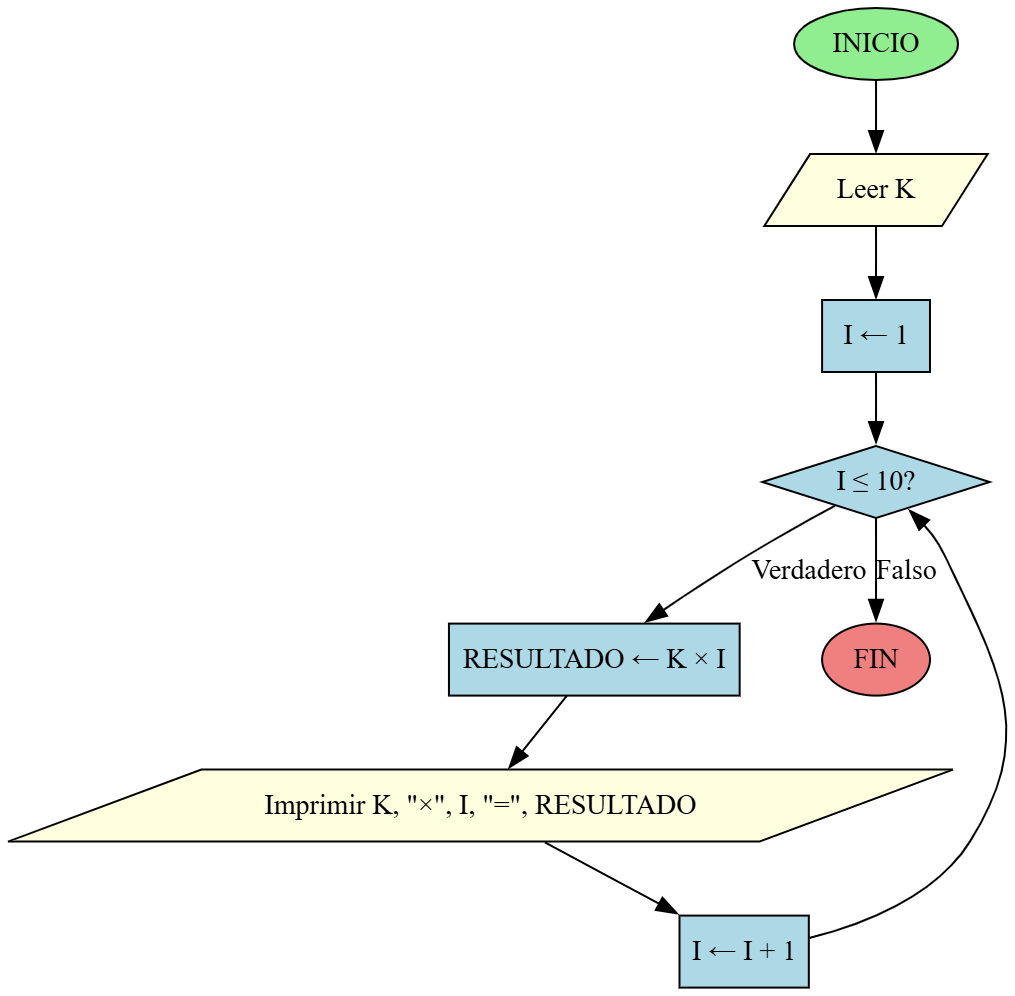
Before: images/problema_ps_3_4.png, a diagram exported from Graphviz (D1egoXD/JAVA-TICS). Its source is kept beside it as diagramas/problema_ps_3_4.dot. The source it was exported from:
```dot
digraph ProblemaPS34 {
    rankdir=TB;
    node [shape=box, style=rounded];

    inicio [label="INICIO", shape=ellipse, style=filled, fillcolor=lightgreen];
    leerK [label="Leer K", shape=parallelogram, style=filled, fillcolor=lightyellow];
    init [label="I ← 1", style=filled, fillcolor=lightblue];
    decision [label="I ≤ 10?", shape=diamond, style=filled, fillcolor=lightblue];
    calcular [label="RESULTADO ← K × I", style=filled, fillcolor=lightblue];
    imprimir [label="Imprimir K, \"×\", I, \"=\", RESULTADO", shape=parallelogram, style=filled, fillcolor=lightyellow];
    incrementar [label="I ← I + 1", style=filled, fillcolor=lightblue];
    fin [label="FIN", shape=ellipse, style=filled, fillcolor=lightcoral];

    inicio -> leerK;
    leerK -> init;
    init -> decision;
    decision -> calcular [label="Verdadero"];
    decision -> fin [label="Falso"];
    calcular -> imprimir;
    imprimir -> incrementar;
    incrementar -> decision;
}
```
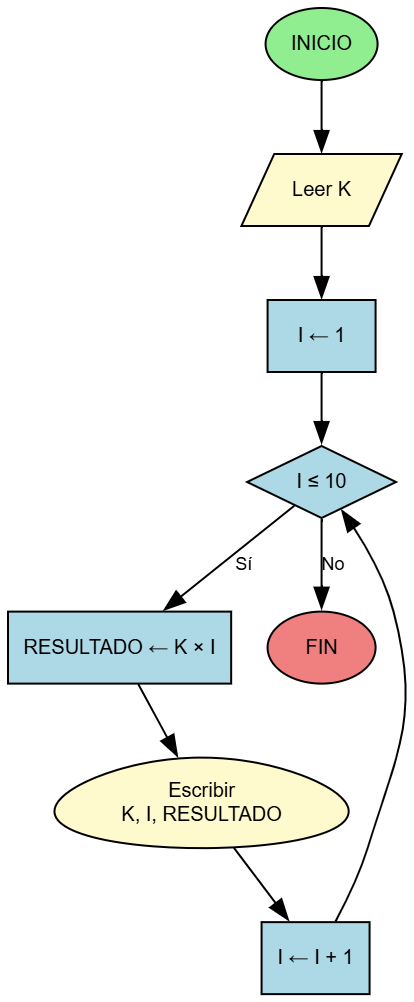
After the commit.

What changed in the source:
```diff
@@ -1,22 +1,23 @@
-digraph ProblemaPS34 {
+digraph TablaMultiplicar {
     rankdir=TB;
-    node [shape=box, style=rounded];
+    node [shape=box, style=filled, fontname="Arial", fontsize=10];
+    edge [fontname="Arial", fontsize=9];
 
-    inicio [label="INICIO", shape=ellipse, style=filled, fillcolor=lightgreen];
-    leerK [label="Leer K", shape=parallelogram, style=filled, fillcolor=lightyellow];
-    init [label="I ← 1", style=filled, fillcolor=lightblue];
-    decision [label="I ≤ 10?", shape=diamond, style=filled, fillcolor=lightblue];
-    calcular [label="RESULTADO ← K × I", style=filled, fillcolor=lightblue];
-    imprimir [label="Imprimir K, \"×\", I, \"=\", RESULTADO", shape=parallelogram, style=filled, fillcolor=lightyellow];
-    incrementar [label="I ← I + 1", style=filled, fillcolor=lightblue];
-    fin [label="FIN", shape=ellipse, style=filled, fillcolor=lightcoral];
+    inicio [label="INICIO", shape=oval, fillcolor="#90EE90", color=black, fontcolor=black];
+    leerK [label="Leer K", shape=parallelogram, fillcolor="#FFFACD", color=black, fontcolor=black];
+    init [label="I ← 1", shape=box, fillcolor="#ADD8E6", color=black, fontcolor=black];
+    decision [label="I ≤ 10", shape=diamond, fillcolor="#ADD8E6", color=black, fontcolor=black];
+    calcular [label="RESULTADO ← K × I", shape=box, fillcolor="#ADD8E6", color=black, fontcolor=black];
+    escribir [label="Escribir\nK, I, RESULTADO", shape=parallelogram, fillcolor="#FFFACD", color=black, fontcolor=black];
+    incrementar [label="I ← I + 1", shape=box, fillcolor="#ADD8E6", color=black, fontcolor=black];
+    fin [label="FIN", shape=oval, fillcolor="#F08080", color=black, fontcolor=black];
 
     inicio -> leerK;
     leerK -> init;
     init -> decision;
-    decision -> calcular [label="Verdadero"];
-    decision -> fin [label="Falso"];
-    calcular -> imprimir;
-    imprimir -> incrementar;
+    decision -> calcular [label="Sí"];
+    decision -> fin [label="No"];
+    calcular -> escribir;
+    escribir -> incrementar;
     incrementar -> decision;
 }
```
